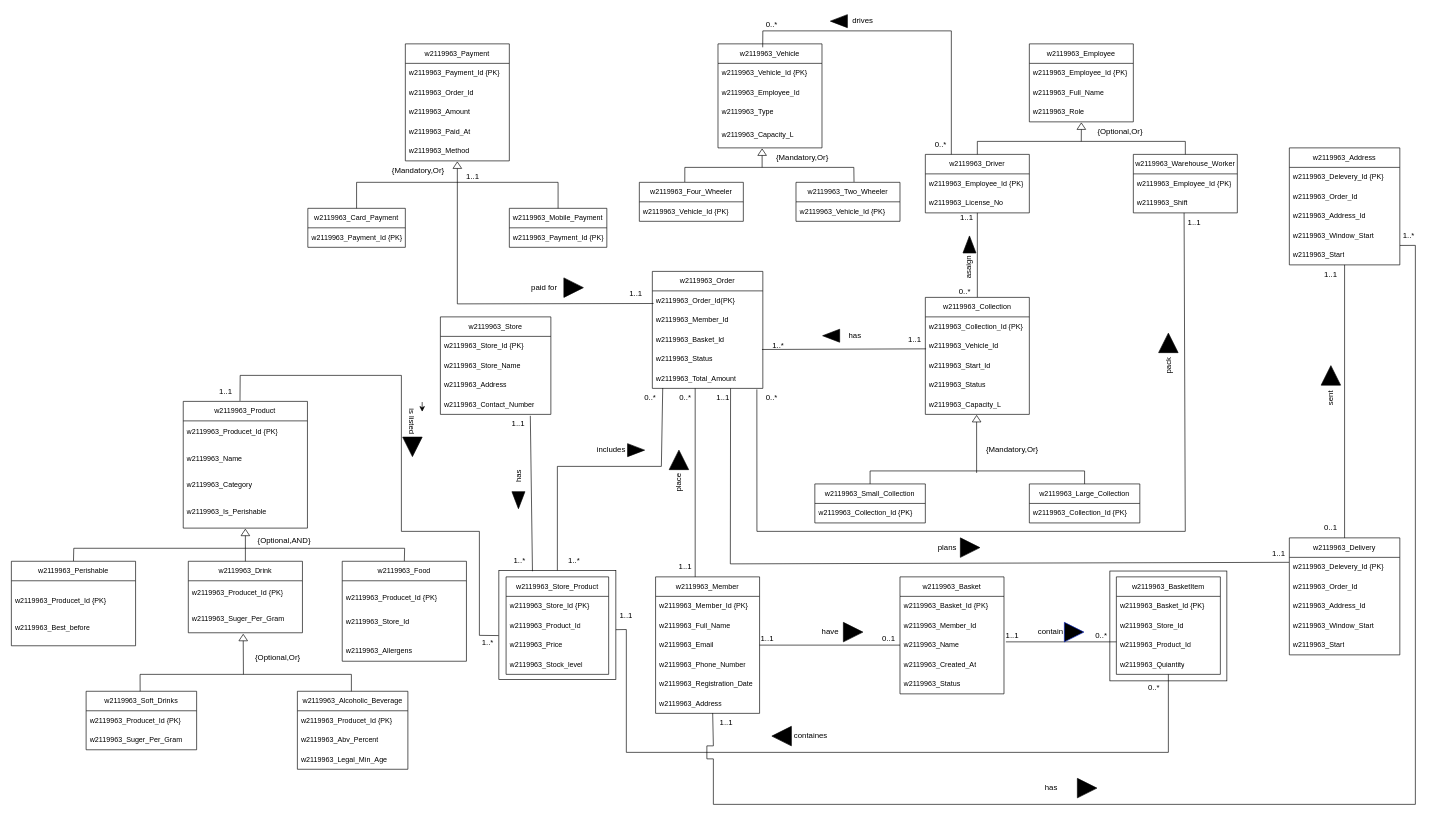
Before: page "fuck-around" (2 of 2) of DB_CW_partA.drawio in Anuja-jayasinghe/DrawIo_Projects, a draw.io diagram. Source tidied: cells renumbered, new cells numbered last; positions are measured from the earlier drawing's top-left corner, leaving out a move shared by most shapes. Both pictures are drawn from the tidied source at 65%, with x=0, y=0 at pixel (11, 11).
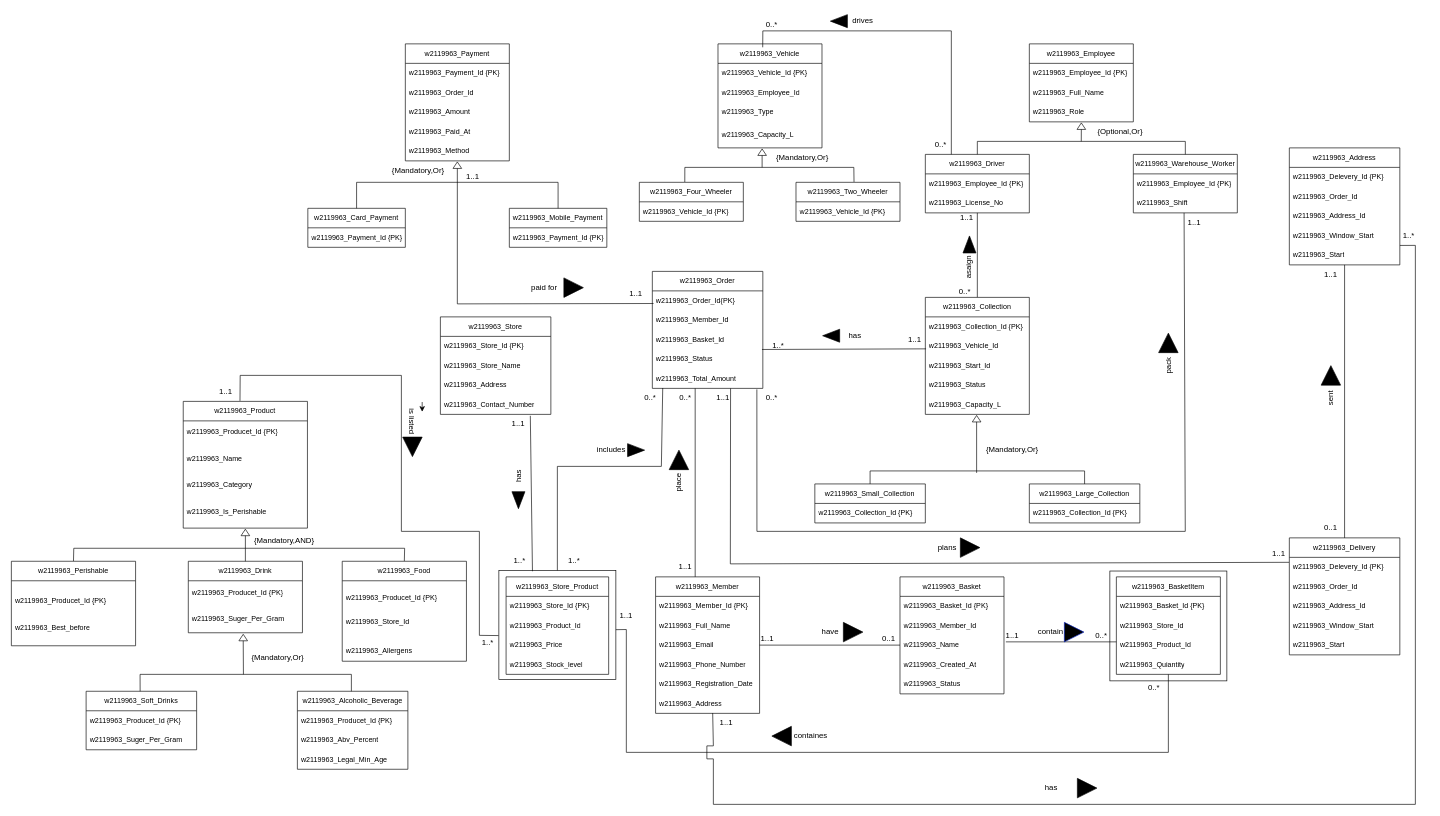
The same diagram, later.

Unchanged cells that the change refers to:
```xml
<mxCell id="156" style="group;" parent="1" vertex="1">
  <mxGeometry y="600" width="721.1" height="566" as="geometry" />
</mxCell>
```

What changed in the source:
```diff
@@
-    <mxCell id="185" value="{Optional,AND}" style="text;html=1;whiteSpace=wrap;strokeColor=none;fillColor=none;align=center;verticalAlign=middle;rounded=0;" parent="156" vertex="1">
+    <mxCell id="185" value="{Mandatory,AND}" style="text;html=1;whiteSpace=wrap;strokeColor=none;fillColor=none;align=center;verticalAlign=middle;rounded=0;" parent="156" vertex="1">
       <mxGeometry x="370" y="200" width="100" height="30" as="geometry" />
     </mxCell>
-    <mxCell id="186" value="{Optional,Or}" style="text;html=1;whiteSpace=wrap;strokeColor=none;fillColor=none;align=center;verticalAlign=middle;rounded=0;" parent="156" vertex="1">
+    <mxCell id="186" value="{Mandatory,Or}" style="text;html=1;whiteSpace=wrap;strokeColor=none;fillColor=none;align=center;verticalAlign=middle;rounded=0;" parent="156" vertex="1">
       <mxGeometry x="370" y="379.8" width="80" height="30" as="geometry" />
     </mxCell>
```
